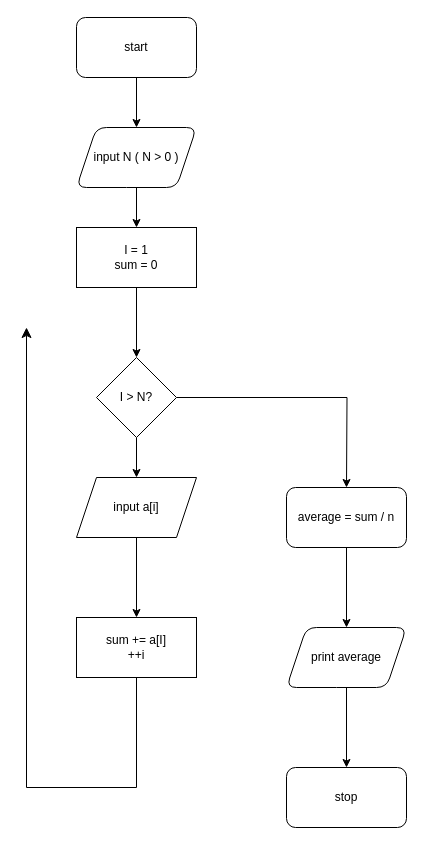
Above: page "Exercise 7" (4 of 6) of Biểu đồ không có tiêu đề.drawio in Chuntinne/FlowChart (draw.io), before the change. Source tidied: cells renumbered, new cells numbered last; positions are measured from the earlier drawing's top-left corner, leaving out a move shared by most shapes. Both pictures are drawn from the tidied source at 100%, with x=0, y=0 at pixel (26, 17).
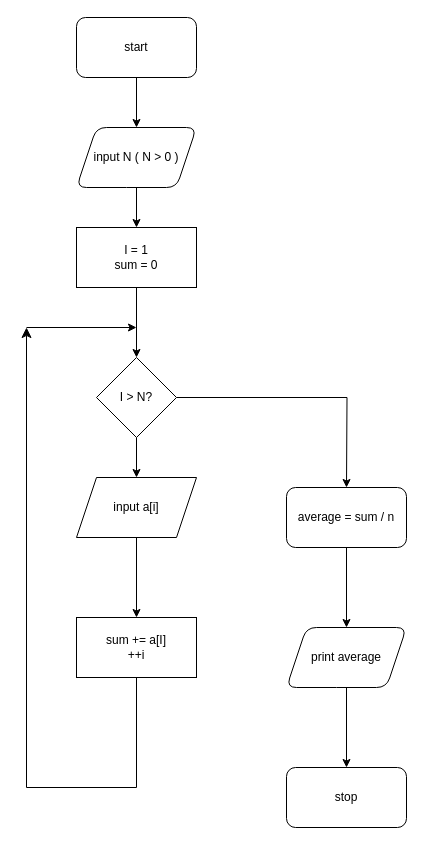
The same diagram, later.

Diff of the diagram source:
```diff
@@
+    <mxCell id="20" style="endArrow=classic;html=1;rounded=0;" parent="1" edge="1">
+      <mxGeometry relative="1" as="geometry">
+        <mxPoint y="310" as="sourcePoint" />
+        <mxPoint x="110" y="310" as="targetPoint" />
+      </mxGeometry>
+    </mxCell>
```
